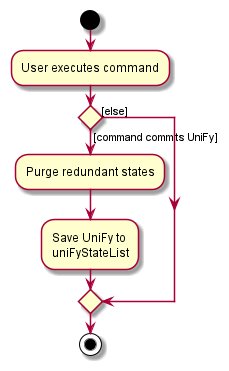
The PlantUML diagram docs/images/CommitActivityDiagram.png in nus-cs2103-AY2122S1/tp, before a commit.
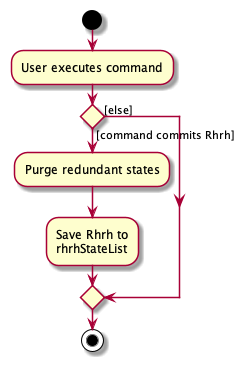
After the commit.

Change to the diagram source:
```diff
@@ -3,10 +3,10 @@
 :User executes command;
 
 
-if () then ([command commits UniFy])
+if () then ([command commits Rhrh])
     :Purge redundant states;
-    :Save UniFy to
-    uniFyStateList;
+    :Save Rhrh to
+    rhrhStateList;
 else ([else])
 endif
 stop
```
